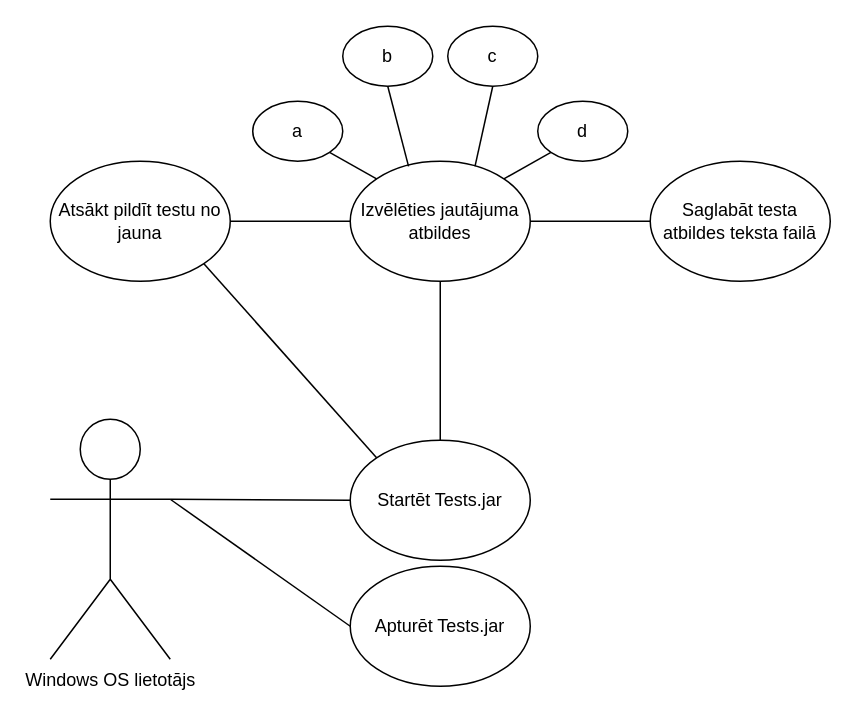
ralfsSenfelds/SesijasEksamens_Senfelds keeps this draw.io diagram as UML/UseCaseDiagram.drawio. Above is the earlier version. Source tidied: cells renumbered, new cells numbered last; positions are measured from the earlier drawing's top-left corner, leaving out a move shared by most shapes. Both pictures are drawn from the tidied source at 150%, with x=0, y=0 at pixel (50, 26).
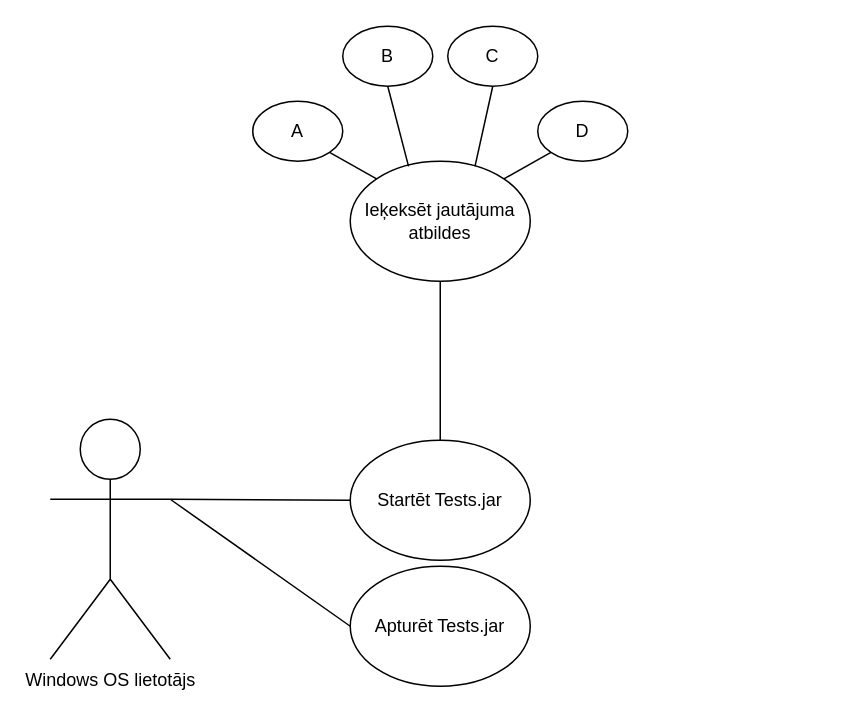
After the change.

Unchanged cells that the change refers to:
```xml
<mxCell id="3" value="Startēt Tests.jar" style="ellipse;whiteSpace=wrap;html=1;" parent="1" vertex="1">
  <mxGeometry x="200" y="276" width="120" height="80" as="geometry" />
</mxCell>
```

Diff of the diagram source:
```diff
@@
-    <mxCell id="5" value="Izvēlēties jautājuma atbildes" style="ellipse;whiteSpace=wrap;html=1;" parent="1" vertex="1">
+    <mxCell id="5" value="Ieķeksēt jautājuma atbildes" style="ellipse;whiteSpace=wrap;html=1;" parent="1" vertex="1">
       <mxGeometry x="200" y="90" width="120" height="80" as="geometry" />
     </mxCell>
-    <mxCell id="6" value="a" style="ellipse;whiteSpace=wrap;html=1;" parent="1" vertex="1">
+    <mxCell id="6" value="A" style="ellipse;whiteSpace=wrap;html=1;" parent="1" vertex="1">
       <mxGeometry x="135" y="50" width="60" height="40" as="geometry" />
     </mxCell>
-    <mxCell id="7" value="b" style="ellipse;whiteSpace=wrap;html=1;" parent="1" vertex="1">
+    <mxCell id="7" value="B" style="ellipse;whiteSpace=wrap;html=1;" parent="1" vertex="1">
       <mxGeometry x="195" width="60" height="40" as="geometry" />
     </mxCell>
-    <mxCell id="8" value="c" style="ellipse;whiteSpace=wrap;html=1;" parent="1" vertex="1">
+    <mxCell id="8" value="C" style="ellipse;whiteSpace=wrap;html=1;" parent="1" vertex="1">
       <mxGeometry x="265" width="60" height="40" as="geometry" />
     </mxCell>
-    <mxCell id="9" value="d" style="ellipse;whiteSpace=wrap;html=1;" parent="1" vertex="1">
+    <mxCell id="9" value="D" style="ellipse;whiteSpace=wrap;html=1;" parent="1" vertex="1">
       <mxGeometry x="325" y="50" width="60" height="40" as="geometry" />
     </mxCell>
-    <mxCell id="10" value="Atsākt pildīt testu no jauna" style="ellipse;whiteSpace=wrap;html=1;" parent="1" vertex="1">
-      <mxGeometry y="90" width="120" height="80" as="geometry" />
-    </mxCell>
-    <mxCell id="11" value="Saglabāt testa atbildes teksta failā" style="ellipse;whiteSpace=wrap;html=1;" parent="1" vertex="1">
-      <mxGeometry x="400" y="90" width="120" height="80" as="geometry" />
-    </mxCell>
@@
-    <mxCell id="15" style="endArrow=none;html=1;rounded=0;exitX=0;exitY=0;exitDx=0;exitDy=0;entryX=1;entryY=1;entryDx=0;entryDy=0;" parent="1" edge="1" source="3" target="10">
-      <mxGeometry relative="1" as="geometry" />
-    </mxCell>
-    <mxCell id="16" style="endArrow=none;html=1;rounded=0;exitX=0;exitY=0.5;exitDx=0;exitDy=0;entryX=1;entryY=0.5;entryDx=0;entryDy=0;" parent="1" edge="1" source="5" target="10">
-      <mxGeometry relative="1" as="geometry" />
-    </mxCell>
-    <mxCell id="17" style="endArrow=none;html=1;rounded=0;exitX=1;exitY=0.5;exitDx=0;exitDy=0;entryX=0;entryY=0.5;entryDx=0;entryDy=0;" parent="1" edge="1" source="5" target="11">
-      <mxGeometry relative="1" as="geometry" />
-    </mxCell>
```
